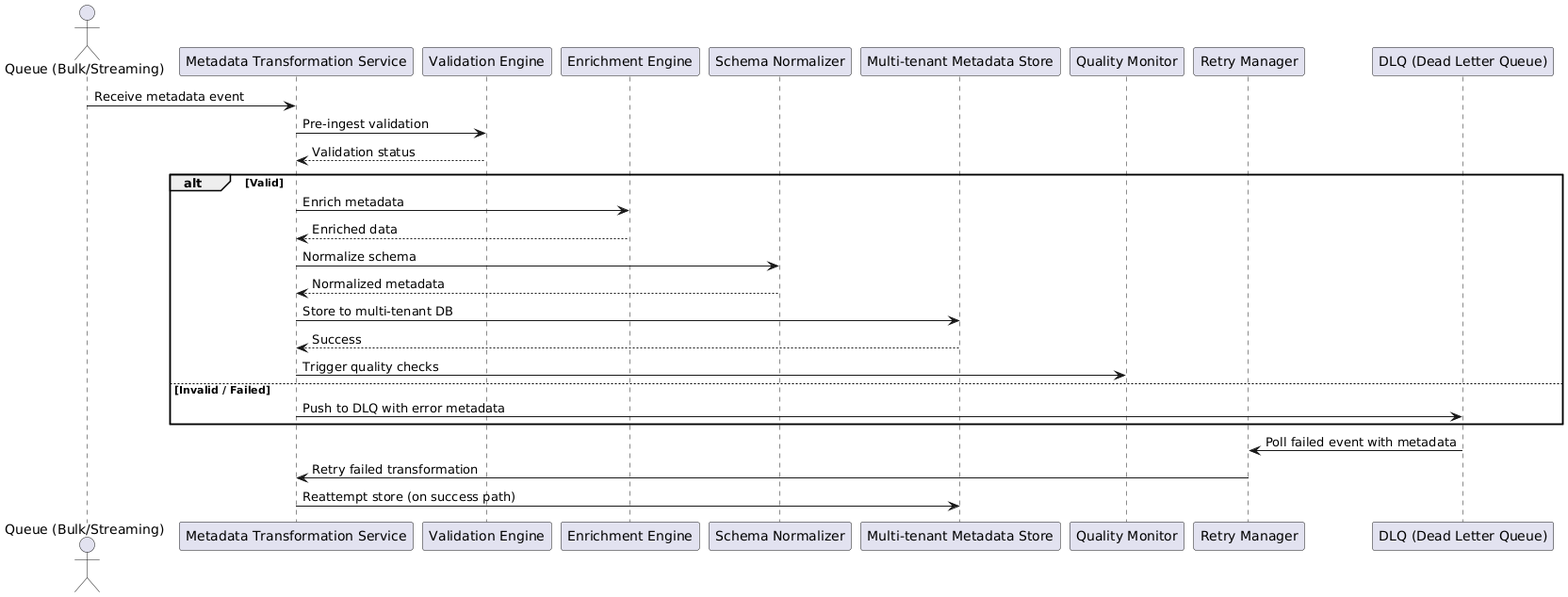
Above: metadata-transformation-service.png in KeerthanaP/Atlan-Lily (PlantUML), before the change. Its diagram source:
```plantuml
@startuml
actor "Queue (Bulk/Streaming)" as queue
participant "Metadata Transformation Service" as transform
participant "Validation Engine" as validation
participant "Enrichment Engine" as enrichment
participant "Schema Normalizer" as normalizer
participant "Multi-tenant Metadata Store" as store
participant "Quality Monitor" as quality
participant "Retry Manager" as retry
participant "DLQ (Dead Letter Queue)" as dlq

queue -> transform: Receive metadata event
transform -> validation: Pre-ingest validation
validation --> transform: Validation status

alt Valid
    transform -> enrichment: Enrich metadata
    enrichment --> transform: Enriched data
    transform -> normalizer: Normalize schema
    normalizer --> transform: Normalized metadata
    transform -> store: Store to multi-tenant DB
    store --> transform: Success
    transform -> quality: Trigger quality checks
else Invalid / Failed
    transform -> dlq: Push to DLQ with error metadata
end

dlq -> retry: Poll failed event with metadata
retry -> transform: Retry failed transformation
transform -> store: Reattempt store (on success path)
@enduml
```
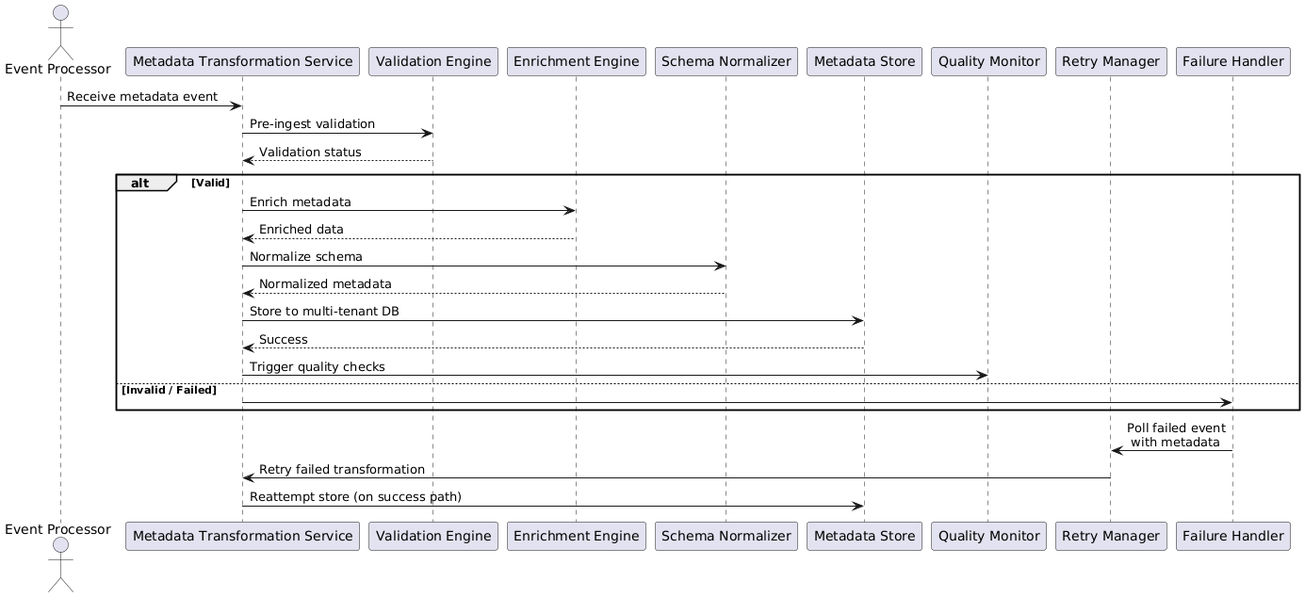
After the change.

Commit message:
updated arch diagram

Change to the diagram source:
```diff
@@ -1,13 +1,13 @@
 @startuml
-actor "Queue (Bulk/Streaming)" as queue
+actor "Event Processor" as queue
 participant "Metadata Transformation Service" as transform
 participant "Validation Engine" as validation
 participant "Enrichment Engine" as enrichment
 participant "Schema Normalizer" as normalizer
-participant "Multi-tenant Metadata Store" as store
+participant "Metadata Store" as store
 participant "Quality Monitor" as quality
 participant "Retry Manager" as retry
-participant "DLQ (Dead Letter Queue)" as dlq
+participant "Failure Handler" as dlq
 
 queue -> transform: Receive metadata event
 transform -> validation: Pre-ingest validation
@@ -22,10 +22,10 @@
     store --> transform: Success
     transform -> quality: Trigger quality checks
 else Invalid / Failed
-    transform -> dlq: Push to DLQ with error metadata
+    transform -> dlq:
 end
 
-dlq -> retry: Poll failed event with metadata
+dlq -> retry: Poll failed event\n with metadata
 retry -> transform: Retry failed transformation
 transform -> store: Reattempt store (on success path)
 @enduml
```
